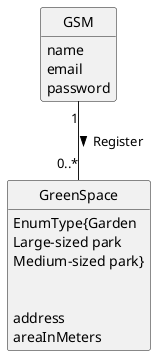
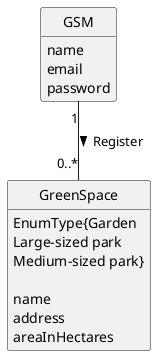
@startuml
skinparam monochrome true
skinparam packageStyle rectangle
skinparam shadowing false

'left to right direction

skinparam classAttributeIconSize 0

hide circle
hide methods

'title Domain Model

'class Platform {
'  -description
'}

class GSM {
name
email
password
}

class GreenSpace {
EnumType{Garden
Large-sized park
Medium-sized park}

- 
+ name
address
- areaInMeters
+ areaInHectares
}



'Platform "1" -- "*" Organization : has registered >
'Platform "1" -- "*" Category : defines >
GSM "1" -- "0..*" GreenSpace : Register >
@enduml